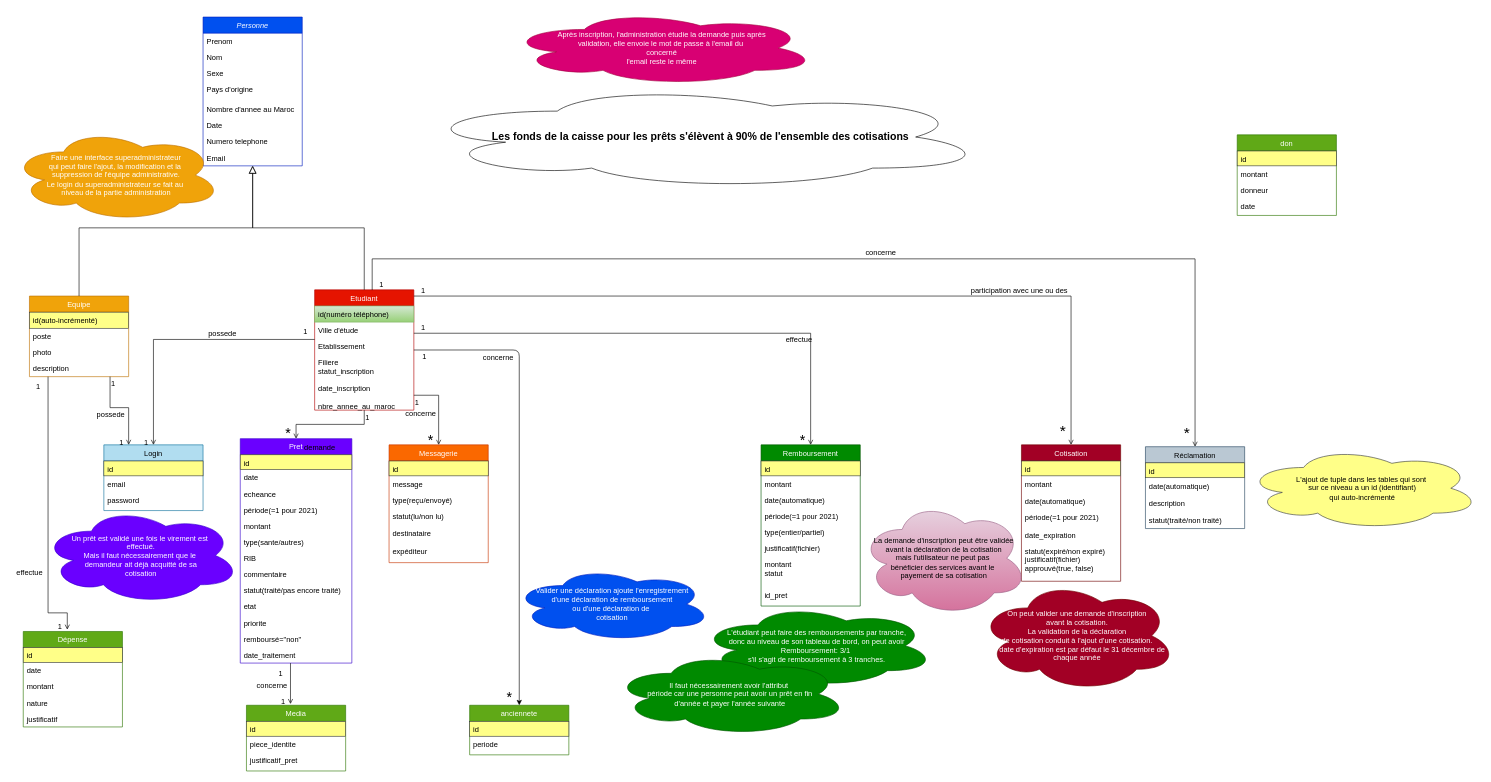
Earlier version of the draw.io diagram page "Page-1" (1 of 2) of Diagramme de classes.drawio (ambou-97/Sutura). Source tidied: cells renumbered, new cells numbered last; positions are measured from the earlier drawing's top-left corner, leaving out a move shared by most shapes. Both pictures are drawn from the tidied source at 62%, with x=0, y=0 at pixel (11, 11).
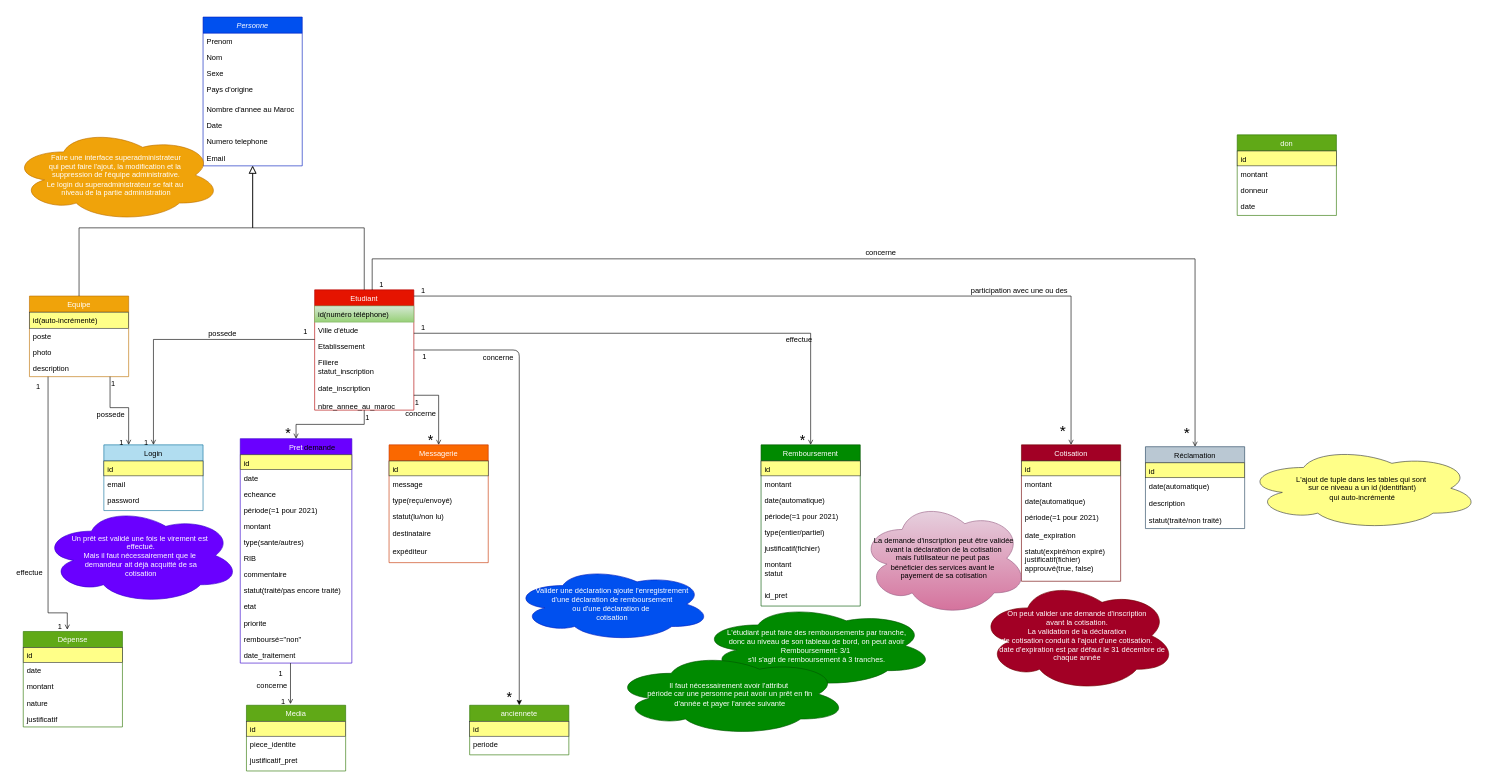
The same diagram, later.

Diff of the diagram source:
```diff
@@
-    <mxCell id="60" value="Après inscription, l'administration étudie la demande puis après&lt;br&gt;validation, elle envoie le mot de passe à l'email du&amp;nbsp;&lt;br&gt;concerné&lt;br&gt;l'email reste le même" style="ellipse;shape=cloud;whiteSpace=wrap;html=1;fillColor=#d80073;strokeColor=#A50040;fontColor=#ffffff;" parent="1" vertex="1">
-      <mxGeometry x="800" width="500" height="120" as="geometry" />
-    </mxCell>
@@
-    <mxCell id="124" value="&lt;font size=&quot;1&quot;&gt;&lt;b style=&quot;font-size: 17px&quot;&gt;Les fonds de la caisse pour les prêts s'élèvent à 90% de l'ensemble des cotisations&lt;/b&gt;&lt;/font&gt;" style="ellipse;shape=cloud;whiteSpace=wrap;html=1;" parent="1" vertex="1">
-      <mxGeometry x="650" y="120" width="925" height="167" as="geometry" />
-    </mxCell>
```
